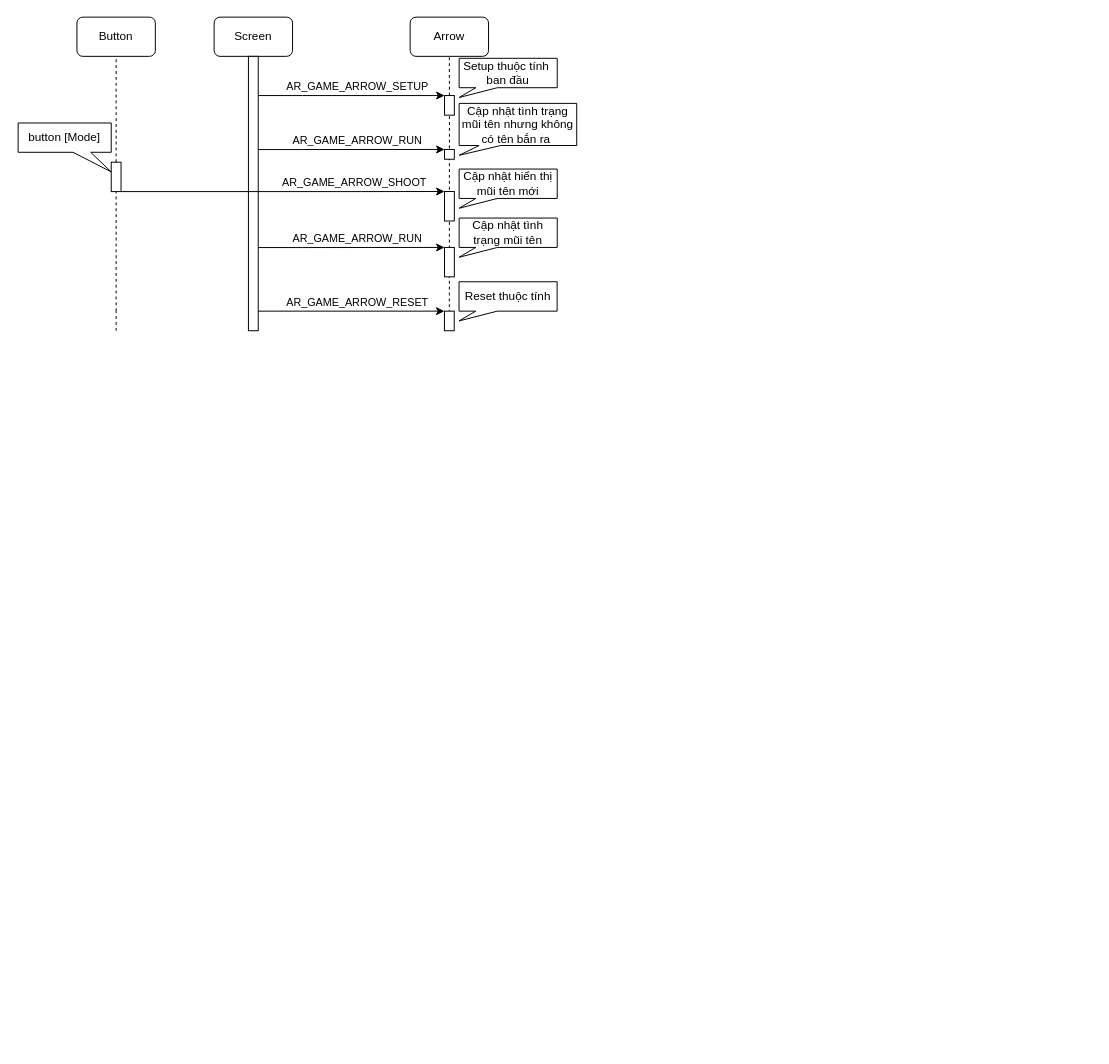
This is page "Page-3" (2 of 2) of arrow_sequence.drawio from QuocBuu/drawio, a draw.io file, before an edit. Source tidied: cells renumbered, new cells numbered last; positions are measured from the earlier drawing's top-left corner, leaving out a move shared by most shapes. Both pictures are drawn from the tidied source at 98%, with x=0, y=0 at pixel (18, 17).
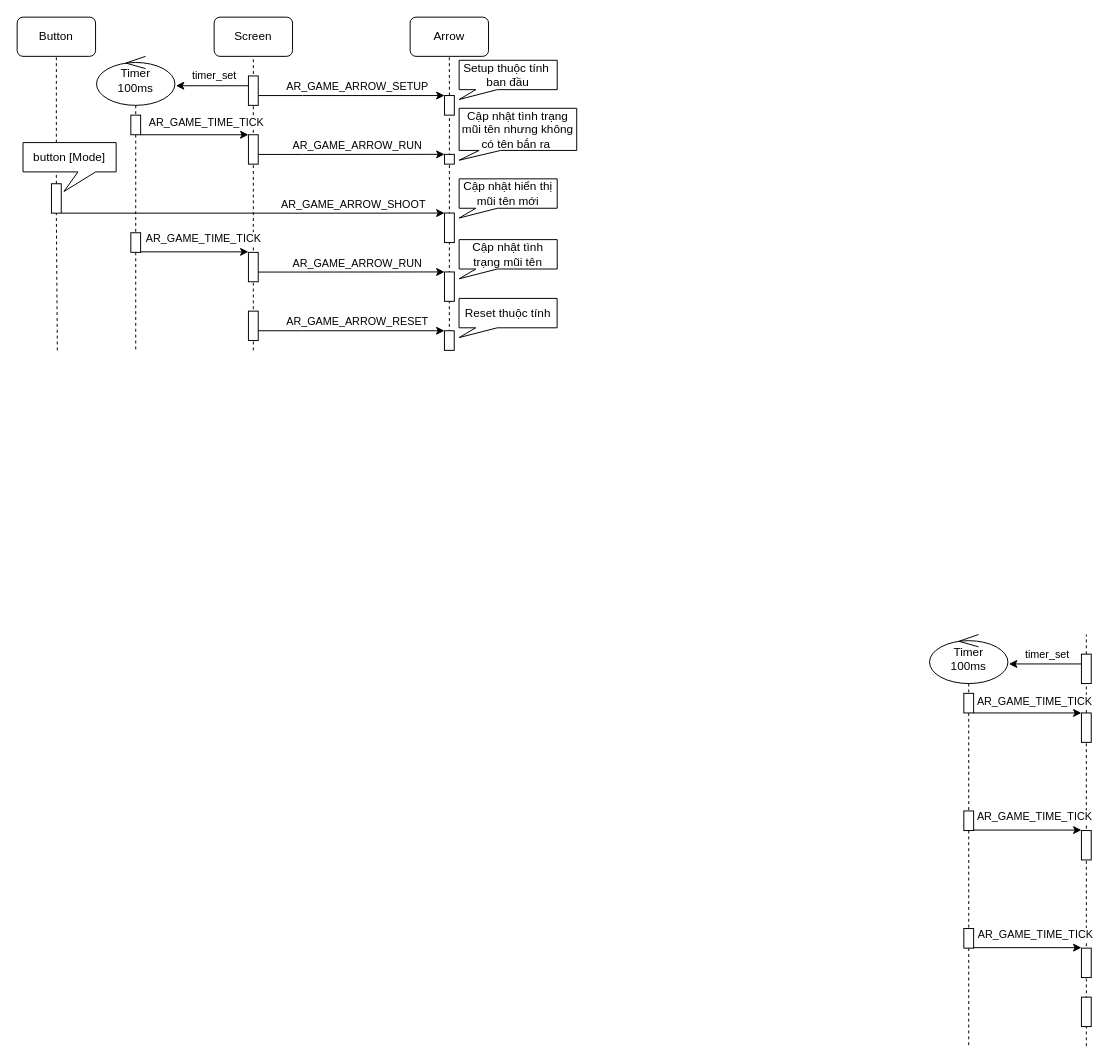
The same page after the edit.

Unchanged cells that the change refers to:
```xml
<mxCell id="2" value="Screen" style="rounded=1;whiteSpace=wrap;html=1;" parent="1" vertex="1">
  <mxGeometry x="200" width="80" height="40" as="geometry" />
</mxCell>
```

The edit, as a diff of the source:
```diff
@@
     <mxCell id="3" value="Button" style="rounded=1;whiteSpace=wrap;html=1;" parent="1" vertex="1">
-      <mxGeometry x="60" width="80" height="40" as="geometry" />
+      <mxGeometry x="-1" width="80" height="40" as="geometry" />
     </mxCell>
@@
-    <mxCell id="5" style="endArrow=none;dashed=1;html=1;rounded=0;entryX=0.5;entryY=1;entryDx=0;entryDy=0;exitX=0.5;exitY=1;exitDx=0;exitDy=0;" parent="1" edge="1" source="10" target="2">
-      <mxGeometry relative="1" as="geometry" />
-    </mxCell>
@@
-    <mxCell id="10" style="rounded=0;whiteSpace=wrap;html=1;" parent="1" vertex="1">
-      <mxGeometry x="235" y="40" width="10" height="280" as="geometry" />
-    </mxCell>
@@
     <mxCell id="13" style="endArrow=none;dashed=1;html=1;rounded=0;entryX=0.5;entryY=1;entryDx=0;entryDy=0;" parent="1" edge="1" target="14">
       <mxGeometry relative="1" as="geometry">
-        <mxPoint x="100" y="300" as="sourcePoint" />
+        <mxPoint x="40" y="340" as="sourcePoint" />
       </mxGeometry>
     </mxCell>
     <mxCell id="14" style="rounded=0;whiteSpace=wrap;html=1;" parent="1" vertex="1">
-      <mxGeometry x="95" y="148" width="10" height="30" as="geometry" />
+      <mxGeometry x="34" y="170" width="10" height="30" as="geometry" />
     </mxCell>
     <mxCell id="15" style="edgeStyle=orthogonalEdgeStyle;rounded=0;jettySize=auto;html=1;entryX=0;entryY=0;entryDx=0;entryDy=0;exitX=0.989;exitY=0.265;exitDx=0;exitDy=0;exitPerimeter=0;" parent="1" edge="1" target="17">
       <mxGeometry relative="1" as="geometry">
-        <mxPoint x="245" y="135.1" as="sourcePoint" />
+        <mxPoint x="245" y="140.1" as="sourcePoint" />
         <Array as="points">
-          <mxPoint x="290.1" y="135" />
+          <mxPoint x="290.1" y="140" />
         </Array>
       </mxGeometry>
     </mxCell>
@@
     <mxCell id="17" style="rounded=0;whiteSpace=wrap;html=1;" parent="1" vertex="1">
-      <mxGeometry x="435.1" y="135" width="10" height="10" as="geometry" />
+      <mxGeometry x="435.1" y="140" width="10" height="10" as="geometry" />
     </mxCell>
-    <mxCell id="18" style="endArrow=none;dashed=1;html=1;rounded=0;entryX=0.5;entryY=1;entryDx=0;entryDy=0;" parent="1" edge="1">
-      <mxGeometry relative="1" as="geometry">
-        <mxPoint x="100" y="320" as="sourcePoint" />
-        <mxPoint x="100" y="300" as="targetPoint" />
-      </mxGeometry>
-    </mxCell>
     <mxCell id="19" style="edgeStyle=orthogonalEdgeStyle;rounded=0;jettySize=auto;html=1;entryX=0;entryY=0;entryDx=0;entryDy=0;exitX=1;exitY=1;exitDx=0;exitDy=0;" parent="1" edge="1" source="14" target="21">
       <mxGeometry relative="1" as="geometry">
         <Array as="points">
-          <mxPoint x="350" y="178" />
-          <mxPoint x="350" y="178" />
+          <mxPoint x="350" y="200" />
+          <mxPoint x="350" y="200" />
         </Array>
       </mxGeometry>
     </mxCell>
     <mxCell id="20" value="AR_GAME_ARROW_SHOOT" style="edgeLabel;html=1;align=center;verticalAlign=middle;" parent="19" vertex="1">
       <mxGeometry x="-0.03" y="-2" relative="1" as="geometry">
-        <mxPoint x="77" y="-12" as="offset" />
+        <mxPoint x="107" y="-12" as="offset" />
       </mxGeometry>
     </mxCell>
     <mxCell id="21" style="rounded=0;whiteSpace=wrap;html=1;" parent="1" vertex="1">
-      <mxGeometry x="435.1" y="177.9" width="10" height="30.1" as="geometry" />
+      <mxGeometry x="435.1" y="199.9" width="10" height="30.1" as="geometry" />
     </mxCell>
     <mxCell id="22" style="edgeStyle=orthogonalEdgeStyle;rounded=0;jettySize=auto;html=1;entryX=0;entryY=0;entryDx=0;entryDy=0;exitX=0.989;exitY=0.265;exitDx=0;exitDy=0;exitPerimeter=0;" parent="1" edge="1" target="24">
       <mxGeometry relative="1" as="geometry">
-        <mxPoint x="245" y="300" as="sourcePoint" />
+        <mxPoint x="245" y="320" as="sourcePoint" />
         <Array as="points">
-          <mxPoint x="290" y="300" />
+          <mxPoint x="290" y="320" />
         </Array>
       </mxGeometry>
     </mxCell>
@@
     <mxCell id="24" style="rounded=0;whiteSpace=wrap;html=1;" parent="1" vertex="1">
-      <mxGeometry x="435" y="300" width="10" height="20" as="geometry" />
+      <mxGeometry x="435" y="320" width="10" height="20" as="geometry" />
     </mxCell>
     <mxCell id="25" value="Setup thuộc tính&amp;nbsp;&lt;br&gt;ban đầu" style="shape=callout;whiteSpace=wrap;html=1;perimeter=calloutPerimeter;position2=0;base=22;size=10;position=0.17;" parent="1" vertex="1">
-      <mxGeometry x="450" y="42" width="100.1" height="40" as="geometry" />
+      <mxGeometry x="450" y="44" width="100.1" height="40" as="geometry" />
     </mxCell>
     <mxCell id="26" value="Cập nhật tình trạng mũi tên nhưng không có tên bắn ra&amp;nbsp;" style="shape=callout;whiteSpace=wrap;html=1;perimeter=calloutPerimeter;position2=0;base=22;size=10;position=0.17;" parent="1" vertex="1">
-      <mxGeometry x="450" y="88" width="120" height="53" as="geometry" />
+      <mxGeometry x="450" y="93" width="120" height="53" as="geometry" />
     </mxCell>
     <mxCell id="27" value="Cập nhật hiển thị&lt;br&gt;mũi tên mới" style="shape=callout;whiteSpace=wrap;html=1;perimeter=calloutPerimeter;position2=0;base=22;size=10;position=0.17;" parent="1" vertex="1">
-      <mxGeometry x="450" y="155" width="100.1" height="40" as="geometry" />
+      <mxGeometry x="450" y="165" width="100.1" height="40" as="geometry" />
     </mxCell>
     <mxCell id="28" value="Reset thuộc tính" style="shape=callout;whiteSpace=wrap;html=1;perimeter=calloutPerimeter;position2=0;base=22;size=10;position=0.17;" parent="1" vertex="1">
-      <mxGeometry x="449.9" y="270" width="100.1" height="40" as="geometry" />
+      <mxGeometry x="449.9" y="287" width="100.1" height="40" as="geometry" />
     </mxCell>
-    <mxCell id="29" value="button [Mode]" style="shape=callout;whiteSpace=wrap;html=1;perimeter=calloutPerimeter;position2=1;base=18;size=20;position=0.59;" parent="1" vertex="1">
-      <mxGeometry y="108" width="95" height="49.9" as="geometry" />
+    <mxCell id="29" value="button [Mode]" style="shape=callout;whiteSpace=wrap;html=1;perimeter=calloutPerimeter;position2=0.44;base=18;size=20;position=0.59;" parent="1" vertex="1">
+      <mxGeometry x="5" y="128" width="95" height="49.9" as="geometry" />
     </mxCell>
     <mxCell id="30" style="edgeStyle=orthogonalEdgeStyle;rounded=0;jettySize=auto;html=1;entryX=0;entryY=0;entryDx=0;entryDy=0;exitX=0.989;exitY=0.265;exitDx=0;exitDy=0;exitPerimeter=0;" parent="1" edge="1" target="32">
       <mxGeometry relative="1" as="geometry">
-        <mxPoint x="245" y="235.1" as="sourcePoint" />
+        <mxPoint x="245" y="260.1" as="sourcePoint" />
         <Array as="points">
-          <mxPoint x="290.1" y="235" />
+          <mxPoint x="290.1" y="260" />
         </Array>
       </mxGeometry>
     </mxCell>
@@
     <mxCell id="32" style="rounded=0;whiteSpace=wrap;html=1;" parent="1" vertex="1">
-      <mxGeometry x="435.1" y="235" width="10" height="30" as="geometry" />
+      <mxGeometry x="435.1" y="260" width="10" height="30" as="geometry" />
     </mxCell>
     <mxCell id="33" value="Cập nhật tình trạng mũi tên" style="shape=callout;whiteSpace=wrap;html=1;perimeter=calloutPerimeter;position2=0;base=22;size=10;position=0.17;" parent="1" vertex="1">
-      <mxGeometry x="450" y="205" width="100.1" height="40" as="geometry" />
+      <mxGeometry x="450" y="227" width="100.1" height="40" as="geometry" />
     </mxCell>
+    <mxCell id="34" style="endArrow=none;dashed=1;html=1;rounded=0;entryX=0.5;entryY=1;entryDx=0;entryDy=0;" parent="1" edge="1" source="39">
+      <mxGeometry relative="1" as="geometry">
+        <mxPoint x="1090" y="630" as="targetPoint" />
+      </mxGeometry>
+    </mxCell>
+    <mxCell id="35" style="endArrow=none;dashed=1;html=1;rounded=0;entryX=0.5;entryY=1;entryDx=0;entryDy=0;" parent="1" edge="1" source="41" target="39">
+      <mxGeometry relative="1" as="geometry" />
+    </mxCell>
+    <mxCell id="36" style="edgeStyle=orthogonalEdgeStyle;rounded=0;jettySize=auto;html=1;" parent="1" edge="1" source="39">
+      <mxGeometry relative="1" as="geometry">
+        <mxPoint x="1011" y="660" as="targetPoint" />
+        <Array as="points">
+          <mxPoint x="1071" y="660" />
+          <mxPoint x="1071" y="660" />
+        </Array>
+      </mxGeometry>
+    </mxCell>
+    <mxCell id="37" value="&lt;div style=&quot;color: rgb(212, 212, 212); background-color: rgb(30, 30, 30); font-family: Consolas, &amp;quot;Courier New&amp;quot;, monospace; font-size: 14px; line-height: 19px;&quot;&gt;&lt;br&gt;&lt;/div&gt;" style="edgeLabel;html=1;align=center;verticalAlign=middle;" parent="36" vertex="1">
+      <mxGeometry x="0.18" relative="1" as="geometry" />
+    </mxCell>
+    <mxCell id="38" value="timer_set" style="edgeLabel;html=1;align=center;verticalAlign=middle;" parent="36" vertex="1">
+      <mxGeometry x="0.3" y="-1" relative="1" as="geometry">
+        <mxPoint x="12" y="-10" as="offset" />
+      </mxGeometry>
+    </mxCell>
+    <mxCell id="39" style="rounded=0;whiteSpace=wrap;html=1;" parent="1" vertex="1">
+      <mxGeometry x="1085" y="650" width="10" height="30" as="geometry" />
+    </mxCell>
+    <mxCell id="40" style="endArrow=none;dashed=1;html=1;rounded=0;entryX=0.5;entryY=1;entryDx=0;entryDy=0;" parent="1" edge="1" target="41">
+      <mxGeometry relative="1" as="geometry">
+        <mxPoint x="1090" y="1050" as="sourcePoint" />
+      </mxGeometry>
+    </mxCell>
+    <mxCell id="41" style="rounded=0;whiteSpace=wrap;html=1;" parent="1" vertex="1">
+      <mxGeometry x="1085" y="710" width="10" height="30" as="geometry" />
+    </mxCell>
+    <mxCell id="42" style="rounded=0;whiteSpace=wrap;html=1;" parent="1" vertex="1">
+      <mxGeometry x="1085" y="830" width="10" height="30" as="geometry" />
+    </mxCell>
+    <mxCell id="43" style="rounded=0;whiteSpace=wrap;html=1;" parent="1" vertex="1">
+      <mxGeometry x="1085" y="950" width="10" height="30" as="geometry" />
+    </mxCell>
+    <mxCell id="44" style="endArrow=none;dashed=1;html=1;rounded=0;entryX=0.5;entryY=1;entryDx=0;entryDy=0;" parent="1" edge="1" target="45">
+      <mxGeometry relative="1" as="geometry">
+        <mxPoint x="1090" y="1030" as="sourcePoint" />
+      </mxGeometry>
+    </mxCell>
+    <mxCell id="45" style="rounded=0;whiteSpace=wrap;html=1;" parent="1" vertex="1">
+      <mxGeometry x="1085" y="1000" width="10" height="30" as="geometry" />
+    </mxCell>
+    <mxCell id="46" value="Timer&lt;br&gt;100ms" style="shape=umlLifeline;perimeter=lifelinePerimeter;whiteSpace=wrap;html=1;newEdgeStyle={&quot;curved&quot;:0,&quot;rounded&quot;:0};participant=umlControl;verticalAlign=middle;size=50;" parent="1" vertex="1">
+      <mxGeometry x="930" y="630" width="80" height="420" as="geometry" />
+    </mxCell>
+    <mxCell id="47" style="edgeStyle=orthogonalEdgeStyle;rounded=0;jettySize=auto;html=1;" parent="1" edge="1" source="49" target="41">
+      <mxGeometry relative="1" as="geometry">
+        <Array as="points">
+          <mxPoint x="1061" y="710" />
+          <mxPoint x="1061" y="710" />
+        </Array>
+      </mxGeometry>
+    </mxCell>
+    <mxCell id="48" value="AR_GAME_TIME_TICK" style="edgeLabel;html=1;align=center;verticalAlign=middle;" parent="47" vertex="1">
+      <mxGeometry x="-0.11" y="1" relative="1" as="geometry">
+        <mxPoint x="12" y="-12" as="offset" />
+      </mxGeometry>
+    </mxCell>
+    <mxCell id="49" style="rounded=0;whiteSpace=wrap;html=1;" parent="1" vertex="1">
+      <mxGeometry x="965" y="690" width="10" height="20" as="geometry" />
+    </mxCell>
+    <mxCell id="50" style="rounded=0;whiteSpace=wrap;html=1;" parent="1" vertex="1">
+      <mxGeometry x="965" y="810" width="10" height="20" as="geometry" />
+    </mxCell>
+    <mxCell id="51" style="rounded=0;whiteSpace=wrap;html=1;" parent="1" vertex="1">
+      <mxGeometry x="965" y="930" width="10" height="20" as="geometry" />
+    </mxCell>
+    <mxCell id="52" style="edgeStyle=orthogonalEdgeStyle;rounded=0;orthogonalLoop=1;jettySize=auto;html=1;" parent="1" edge="1">
+      <mxGeometry relative="1" as="geometry">
+        <mxPoint x="975" y="829.5" as="sourcePoint" />
+        <mxPoint x="1085" y="829.5" as="targetPoint" />
+        <Array as="points">
+          <mxPoint x="1061" y="829.5" />
+          <mxPoint x="1061" y="829.5" />
+        </Array>
+      </mxGeometry>
+    </mxCell>
+    <mxCell id="53" value="AR_GAME_TIME_TICK" style="edgeLabel;html=1;align=center;verticalAlign=middle;" parent="52" vertex="1">
+      <mxGeometry x="-0.16" y="2" relative="1" as="geometry">
+        <mxPoint x="15" y="-12" as="offset" />
+      </mxGeometry>
+    </mxCell>
+    <mxCell id="54" style="edgeStyle=orthogonalEdgeStyle;rounded=0;orthogonalLoop=1;jettySize=auto;html=1;" parent="1" edge="1">
+      <mxGeometry relative="1" as="geometry">
+        <mxPoint x="975" y="949.5" as="sourcePoint" />
+        <mxPoint x="1085" y="949.5" as="targetPoint" />
+        <Array as="points">
+          <mxPoint x="1061" y="949.5" />
+          <mxPoint x="1061" y="949.5" />
+        </Array>
+      </mxGeometry>
+    </mxCell>
+    <mxCell id="55" value="AR_GAME_TIME_TICK" style="edgeLabel;html=1;align=center;verticalAlign=middle;" parent="54" vertex="1">
+      <mxGeometry x="0.12" relative="1" as="geometry">
+        <mxPoint y="-14" as="offset" />
+      </mxGeometry>
+    </mxCell>
+    <mxCell id="56" style="endArrow=none;dashed=1;html=1;rounded=0;" parent="1" edge="1" target="2">
+      <mxGeometry relative="1" as="geometry">
+        <mxPoint x="240" y="340" as="sourcePoint" />
+      </mxGeometry>
+    </mxCell>
+    <mxCell id="57" style="edgeStyle=orthogonalEdgeStyle;rounded=0;jettySize=auto;html=1;" parent="1" edge="1" source="60">
+      <mxGeometry relative="1" as="geometry">
+        <mxPoint x="161" y="70" as="targetPoint" />
+        <Array as="points">
+          <mxPoint x="221" y="70" />
+          <mxPoint x="221" y="70" />
+        </Array>
+      </mxGeometry>
+    </mxCell>
+    <mxCell id="58" value="&lt;div style=&quot;color: rgb(212, 212, 212); background-color: rgb(30, 30, 30); font-family: Consolas, &amp;quot;Courier New&amp;quot;, monospace; font-size: 14px; line-height: 19px;&quot;&gt;&lt;br&gt;&lt;/div&gt;" style="edgeLabel;html=1;align=center;verticalAlign=middle;" parent="57" vertex="1">
+      <mxGeometry x="0.18" relative="1" as="geometry" />
+    </mxCell>
+    <mxCell id="59" value="timer_set" style="edgeLabel;html=1;align=center;verticalAlign=middle;" parent="57" vertex="1">
+      <mxGeometry x="0.3" y="-1" relative="1" as="geometry">
+        <mxPoint x="12" y="-10" as="offset" />
+      </mxGeometry>
+    </mxCell>
+    <mxCell id="60" style="rounded=0;whiteSpace=wrap;html=1;" parent="1" vertex="1">
+      <mxGeometry x="235" y="60" width="10" height="30" as="geometry" />
+    </mxCell>
+    <mxCell id="61" style="rounded=0;whiteSpace=wrap;html=1;" parent="1" vertex="1">
+      <mxGeometry x="235" y="120" width="10" height="30" as="geometry" />
+    </mxCell>
+    <mxCell id="62" style="rounded=0;whiteSpace=wrap;html=1;" parent="1" vertex="1">
+      <mxGeometry x="235" y="240" width="10" height="30" as="geometry" />
+    </mxCell>
+    <mxCell id="63" style="rounded=0;whiteSpace=wrap;html=1;" parent="1" vertex="1">
+      <mxGeometry x="235" y="300" width="10" height="30" as="geometry" />
+    </mxCell>
+    <mxCell id="64" value="Timer&lt;br&gt;100ms" style="shape=umlLifeline;perimeter=lifelinePerimeter;whiteSpace=wrap;html=1;newEdgeStyle={&quot;curved&quot;:0,&quot;rounded&quot;:0};participant=umlControl;verticalAlign=middle;size=50;" parent="1" vertex="1">
+      <mxGeometry x="80" y="40" width="80" height="300" as="geometry" />
+    </mxCell>
+    <mxCell id="65" style="edgeStyle=orthogonalEdgeStyle;rounded=0;jettySize=auto;html=1;" parent="1" edge="1" source="67" target="61">
+      <mxGeometry relative="1" as="geometry">
+        <Array as="points">
+          <mxPoint x="211" y="120" />
+          <mxPoint x="211" y="120" />
+        </Array>
+      </mxGeometry>
+    </mxCell>
+    <mxCell id="66" value="AR_GAME_TIME_TICK" style="edgeLabel;html=1;align=center;verticalAlign=middle;" parent="65" vertex="1">
+      <mxGeometry x="-0.11" y="1" relative="1" as="geometry">
+        <mxPoint x="17" y="-12" as="offset" />
+      </mxGeometry>
+    </mxCell>
+    <mxCell id="67" style="rounded=0;whiteSpace=wrap;html=1;" parent="1" vertex="1">
+      <mxGeometry x="115" y="100" width="10" height="20" as="geometry" />
+    </mxCell>
+    <mxCell id="68" style="rounded=0;whiteSpace=wrap;html=1;" parent="1" vertex="1">
+      <mxGeometry x="115" y="220" width="10" height="20" as="geometry" />
+    </mxCell>
+    <mxCell id="69" style="edgeStyle=orthogonalEdgeStyle;rounded=0;orthogonalLoop=1;jettySize=auto;html=1;" parent="1" edge="1">
+      <mxGeometry relative="1" as="geometry">
+        <mxPoint x="125" y="239.5" as="sourcePoint" />
+        <mxPoint x="235" y="239.5" as="targetPoint" />
+        <Array as="points">
+          <mxPoint x="211" y="239.5" />
+          <mxPoint x="211" y="239.5" />
+        </Array>
+      </mxGeometry>
+    </mxCell>
+    <mxCell id="70" value="AR_GAME_TIME_TICK" style="edgeLabel;html=1;align=center;verticalAlign=middle;" parent="69" vertex="1">
+      <mxGeometry x="-0.16" y="2" relative="1" as="geometry">
+        <mxPoint x="17" y="-12" as="offset" />
+      </mxGeometry>
+    </mxCell>
```
